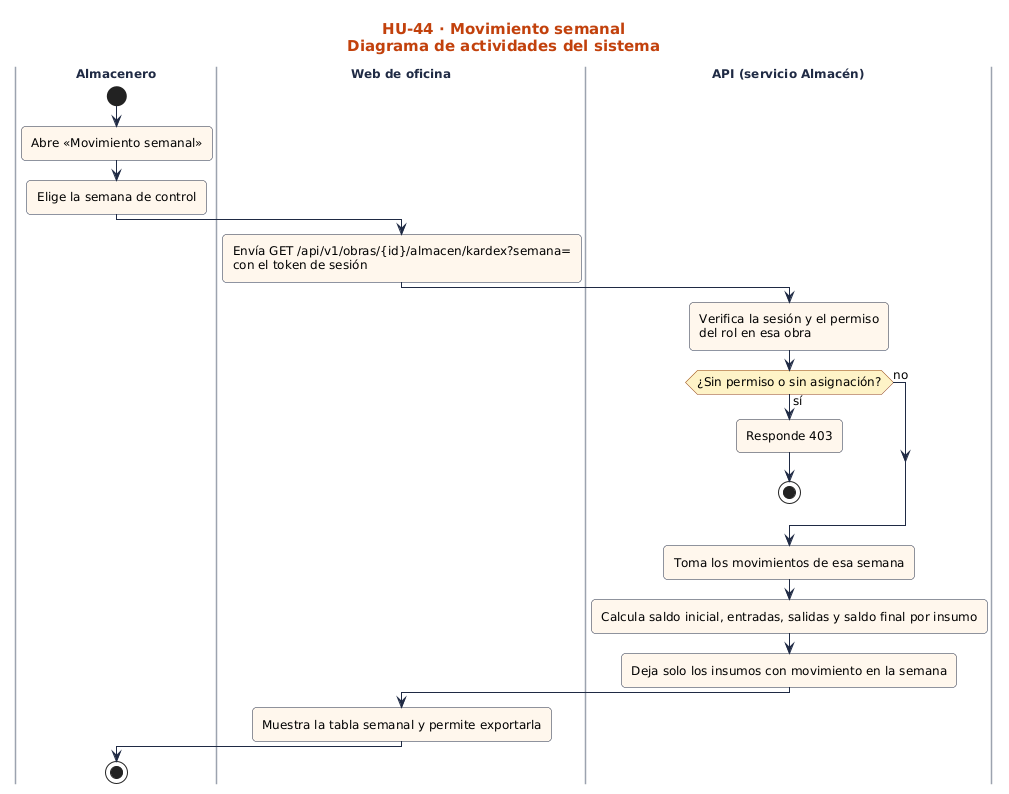
This is docs/sprint-2/diagramas-hu/hu-44-movimiento-semanal/actividades.png from nandoestebanif/sevens-sigro, a PlantUML export, as it was before one commit. Source of this version:
```plantuml
@startuml
!include ../../estilo.iuml
title HU-44 · Movimiento semanal\nDiagrama de actividades del sistema
|Almacenero|
start
:Abre «Movimiento semanal»;
:Elige la semana de control;
|Web de oficina|
:Envía GET /api/v1/obras/{id}/almacen/kardex?semana=\ncon el token de sesión;
|API (servicio Almacén)|
:Verifica la sesión y el permiso\ndel rol en esa obra;
if (¿Sin permiso o sin asignación?) then (sí)
:Responde 403;
stop
else (no)
endif
:Toma los movimientos de esa semana;
:Calcula saldo inicial, entradas, salidas y saldo final por insumo;
:Deja solo los insumos con movimiento en la semana;
|Web de oficina|
:Muestra la tabla semanal y permite exportarla;
|Almacenero|
stop
@enduml
```
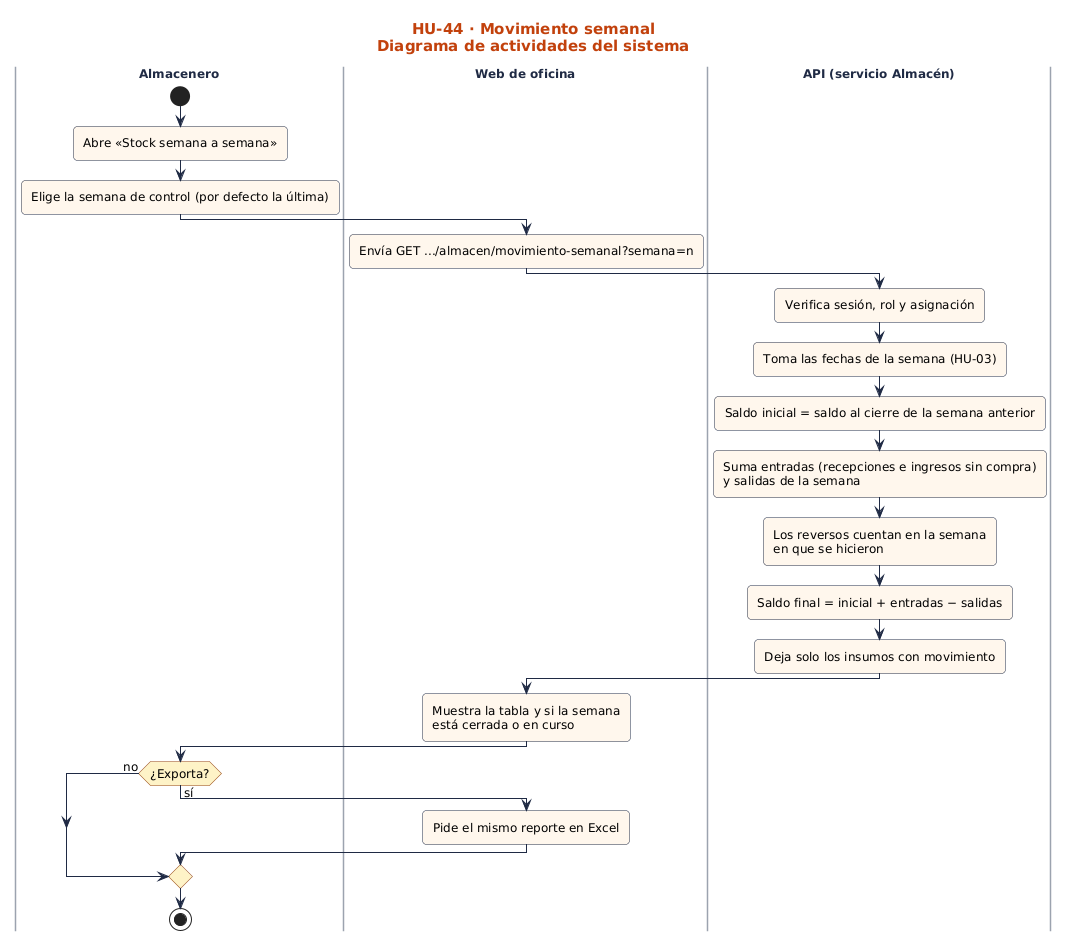
After the change.

Change to the diagram source:
```diff
@@ -3,22 +3,26 @@
 title HU-44 · Movimiento semanal\nDiagrama de actividades del sistema
 |Almacenero|
 start
-:Abre «Movimiento semanal»;
-:Elige la semana de control;
+:Abre «Stock semana a semana»;
+:Elige la semana de control (por defecto la última);
 |Web de oficina|
-:Envía GET /api/v1/obras/{id}/almacen/kardex?semana=\ncon el token de sesión;
+:Envía GET .../almacen/movimiento-semanal?semana=n;
 |API (servicio Almacén)|
-:Verifica la sesión y el permiso\ndel rol en esa obra;
-if (¿Sin permiso o sin asignación?) then (sí)
-:Responde 403;
-stop
+:Verifica sesión, rol y asignación;
+:Toma las fechas de la semana (HU-03);
+:Saldo inicial = saldo al cierre de la semana anterior;
+:Suma entradas (recepciones e ingresos sin compra)\ny salidas de la semana;
+:Los reversos cuentan en la semana\nen que se hicieron;
+:Saldo final = inicial + entradas − salidas;
+:Deja solo los insumos con movimiento;
+|Web de oficina|
+:Muestra la tabla y si la semana\nestá cerrada o en curso;
+|Almacenero|
+if (¿Exporta?) then (sí)
+  |Web de oficina|
+  :Pide el mismo reporte en Excel;
 else (no)
 endif
-:Toma los movimientos de esa semana;
-:Calcula saldo inicial, entradas, salidas y saldo final por insumo;
-:Deja solo los insumos con movimiento en la semana;
-|Web de oficina|
-:Muestra la tabla semanal y permite exportarla;
 |Almacenero|
 stop
 @enduml
```
